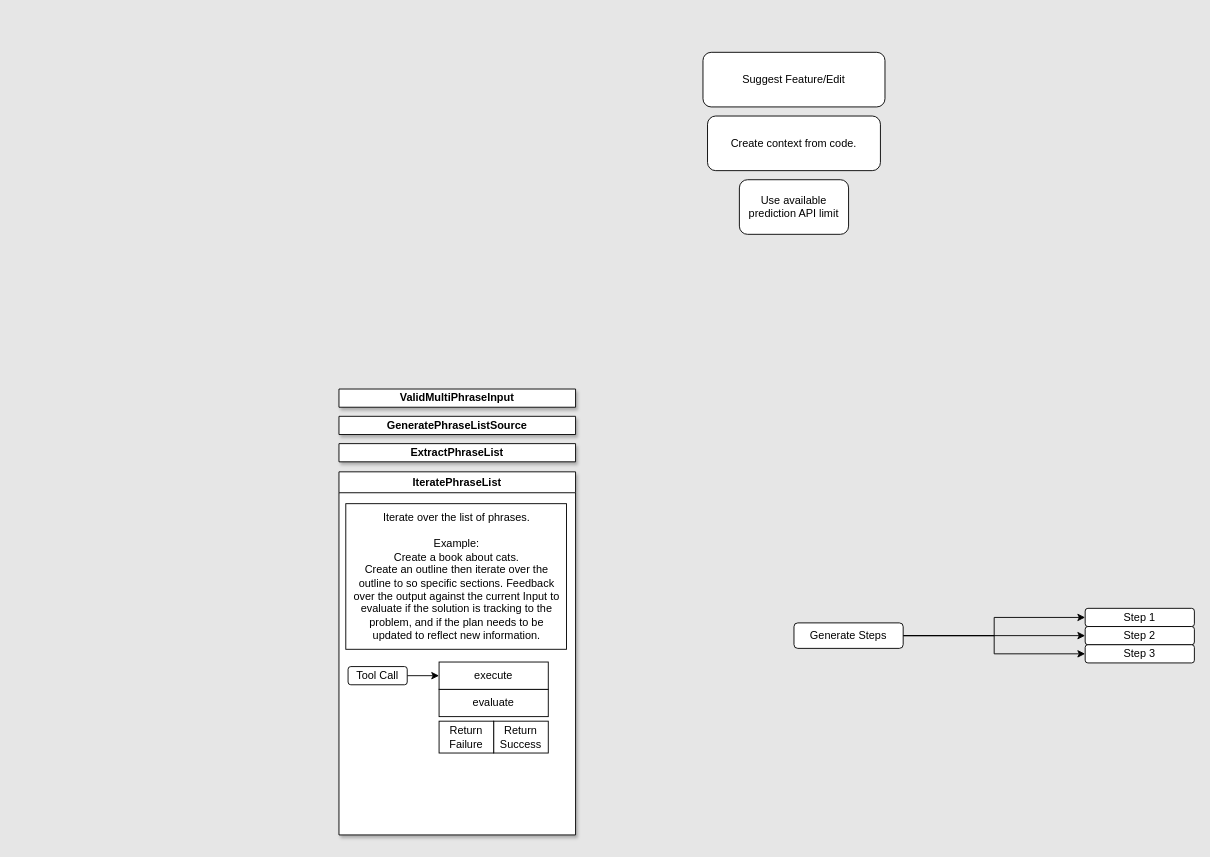
Before: hero.drawio in fuck-fascism/rogue-one, a draw.io diagram. Source tidied: cells renumbered, new cells numbered last; positions are measured from the earlier drawing's top-left corner, leaving out a move shared by most shapes. Both pictures are drawn from the tidied source at 91%, with x=0, y=0 at pixel (339, 52).
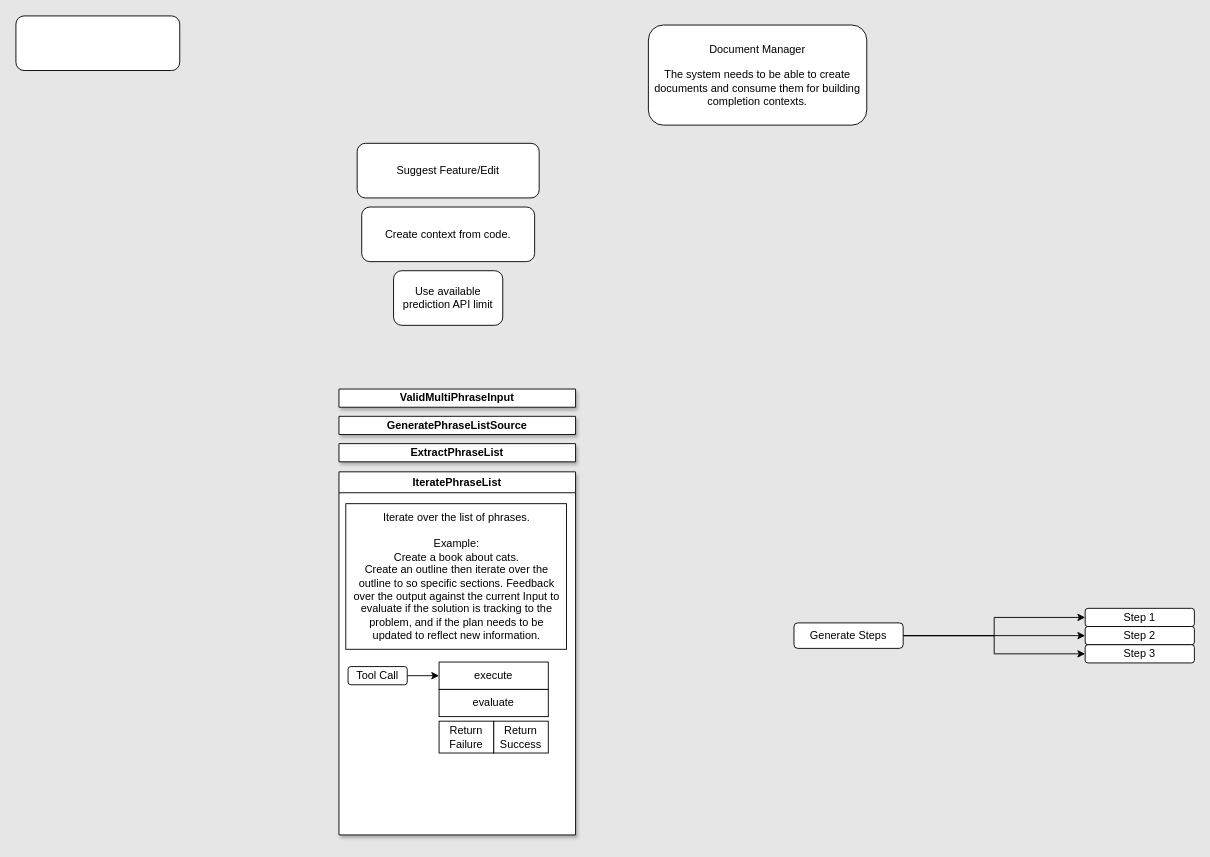
The same diagram, later.

Change to the diagram source:
```diff
@@
     <mxCell id="20" value="Create context from code." style="rounded=1;whiteSpace=wrap;html=1;" parent="1" vertex="1">
-      <mxGeometry x="405" y="70" width="190" height="60" as="geometry" />
+      <mxGeometry x="25" y="170" width="190" height="60" as="geometry" />
     </mxCell>
     <mxCell id="21" value="Suggest Feature/Edit" style="rounded=1;whiteSpace=wrap;html=1;" parent="1" vertex="1">
-      <mxGeometry x="400" width="200" height="60" as="geometry" />
+      <mxGeometry x="20" y="100" width="200" height="60" as="geometry" />
     </mxCell>
     <mxCell id="22" value="Use available prediction API limit" style="rounded=1;whiteSpace=wrap;html=1;" parent="1" vertex="1">
-      <mxGeometry x="440" y="140" width="120" height="60" as="geometry" />
+      <mxGeometry x="60" y="240" width="120" height="60" as="geometry" />
     </mxCell>
+    <mxCell id="23" value="Document Manager&lt;div&gt;&lt;br&gt;The system needs to be able to create documents and consume them for building completion contexts.&lt;/div&gt;" style="rounded=1;whiteSpace=wrap;html=1;" parent="1" vertex="1">
+      <mxGeometry x="340" y="-30" width="240" height="110" as="geometry" />
+    </mxCell>
+    <mxCell id="24" value="&amp;nbsp;" style="rounded=1;whiteSpace=wrap;html=1;" parent="1" vertex="1">
+      <mxGeometry x="-355" y="-40" width="180" height="60" as="geometry" />
+    </mxCell>
```
